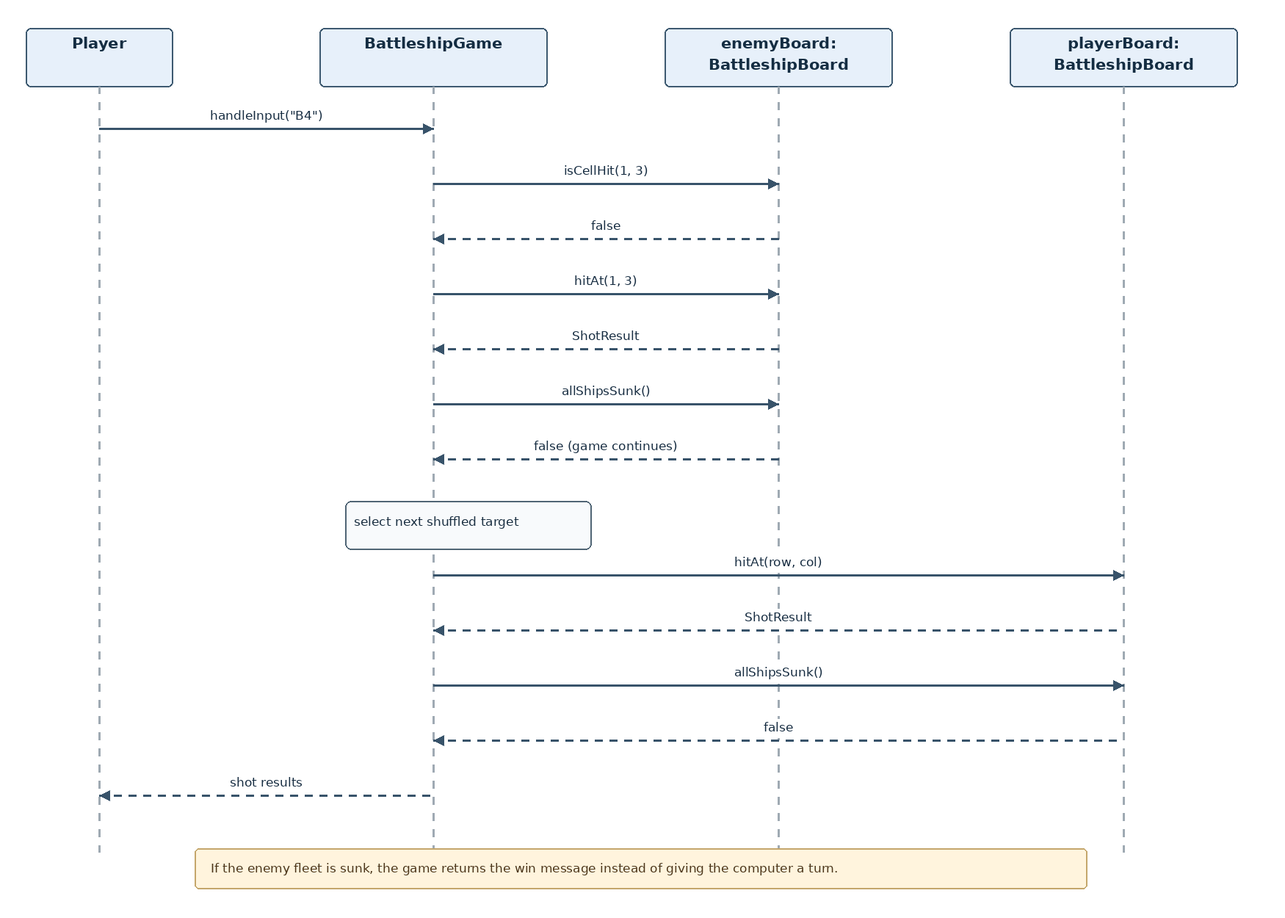
Earlier version of the PlantUML export docs/diagrams/battleship-attack-sequence.png (AY2627S1-CS2113-W12-3/tp). Its source is kept beside it as docs/diagrams/battleship-attack-sequence.puml.
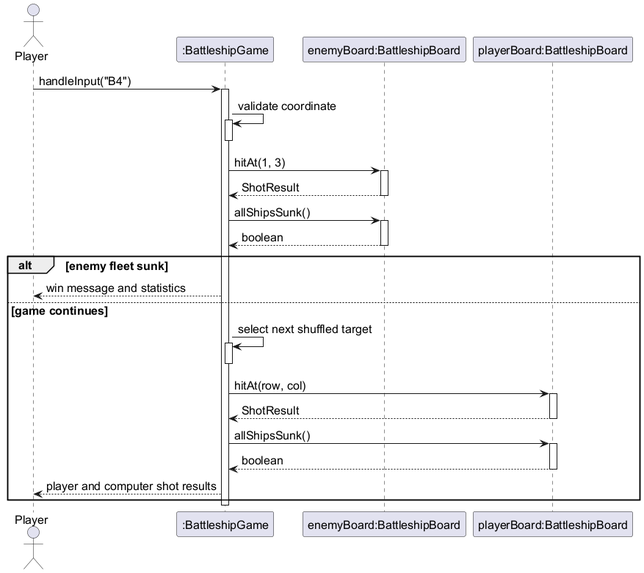
Above is the later version.

Diff of the diagram source:
```diff
@@ -1,25 +1,46 @@
 @startuml
+!include style.iuml
+
 actor Player
-participant "BattleshipGame" as Game
+participant ":BattleshipGame" as Game
 participant "enemyBoard:BattleshipBoard" as Enemy
 participant "playerBoard:BattleshipBoard" as Own
 
 Player -> Game : handleInput("B4")
-Game -> Game : validate coordinate; check not repeated
-Game -> Enemy : isCellHit(1, 3)
-Enemy --> Game : false
+activate Game
+
+Game -> Game : validate coordinate
+activate Game
+deactivate Game
+
 Game -> Enemy : hitAt(1, 3)
+activate Enemy
 Enemy --> Game : ShotResult
+deactivate Enemy
+
 Game -> Enemy : allShipsSunk()
+activate Enemy
 Enemy --> Game : boolean
-alt Enemy fleet sunk
+deactivate Enemy
+
+alt enemy fleet sunk
   Game --> Player : win message and statistics
-else Game continues
+else game continues
   Game -> Game : select next shuffled target
+  activate Game
+  deactivate Game
+
   Game -> Own : hitAt(row, col)
+  activate Own
   Own --> Game : ShotResult
+  deactivate Own
+
   Game -> Own : allShipsSunk()
+  activate Own
   Own --> Game : boolean
+  deactivate Own
+
   Game --> Player : player and computer shot results
 end
+deactivate Game
 @enduml
```
